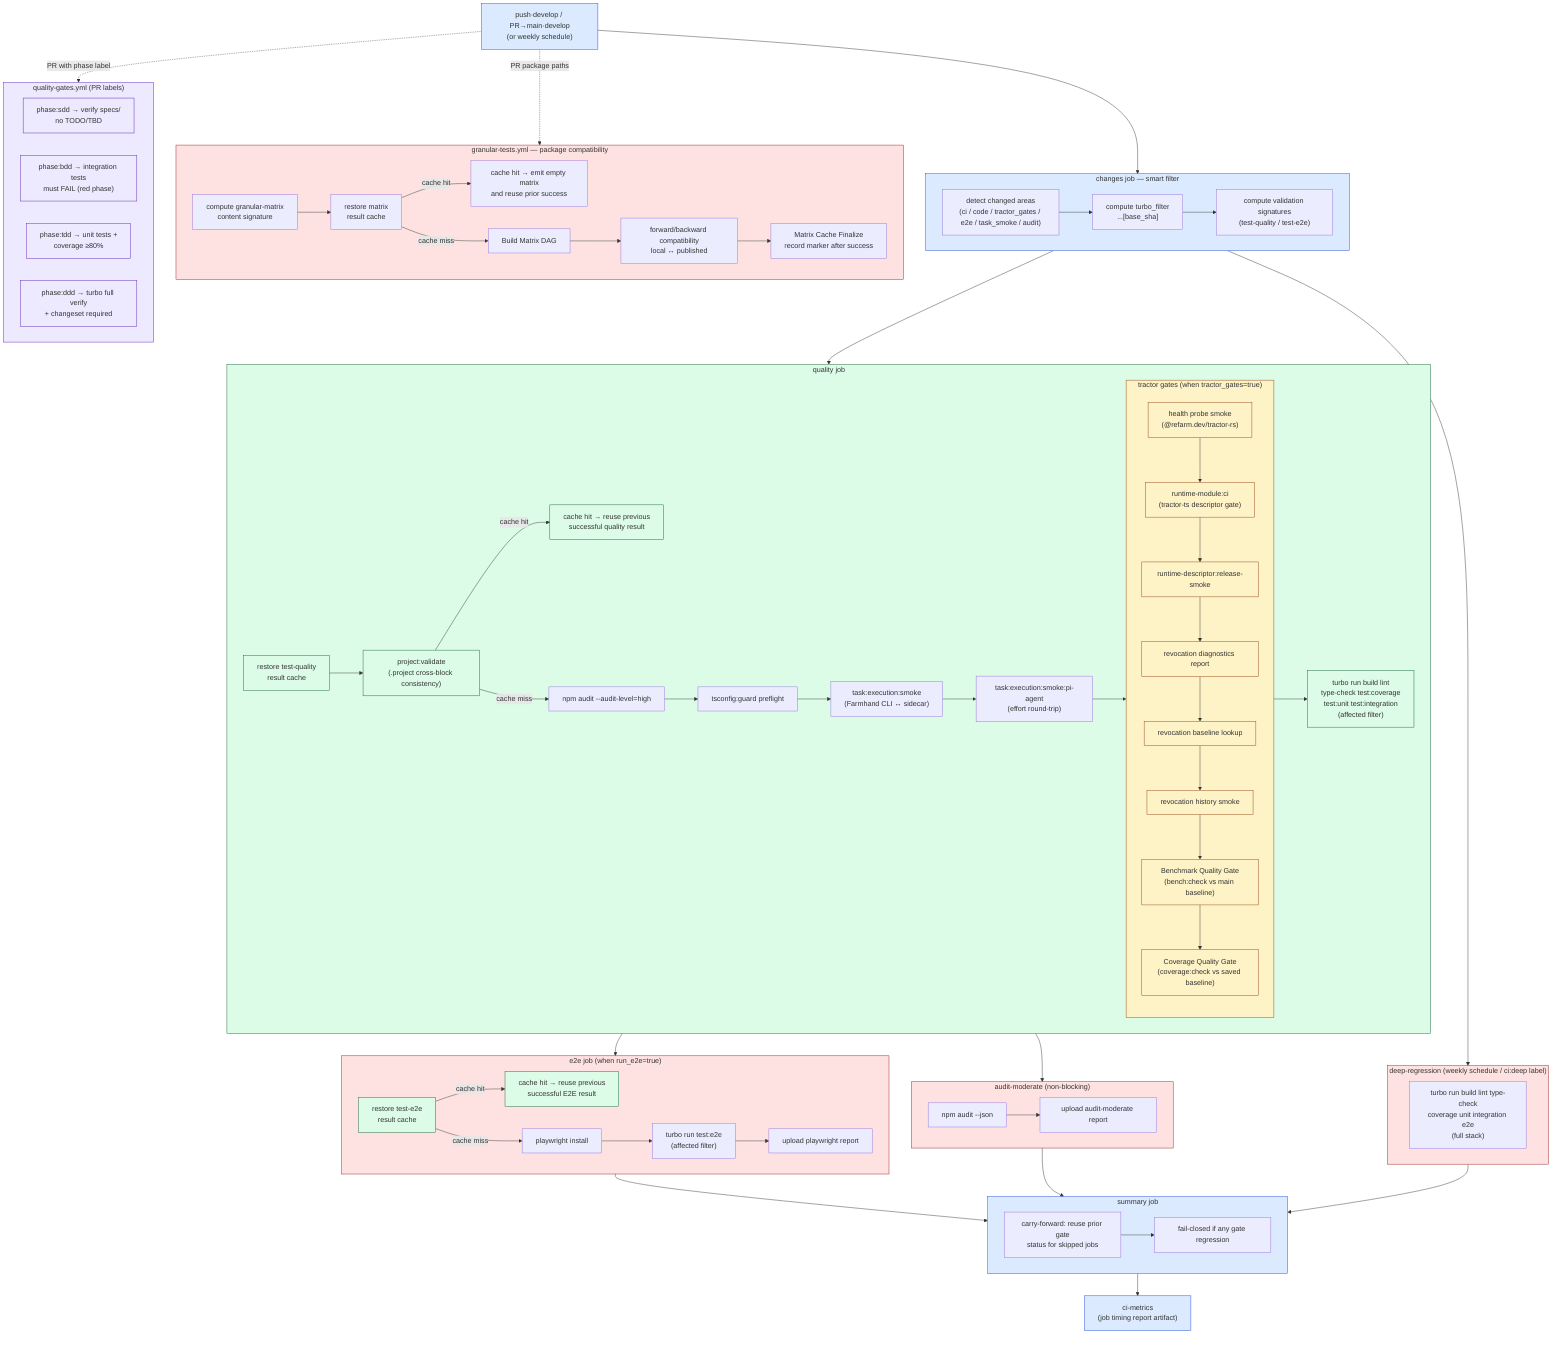
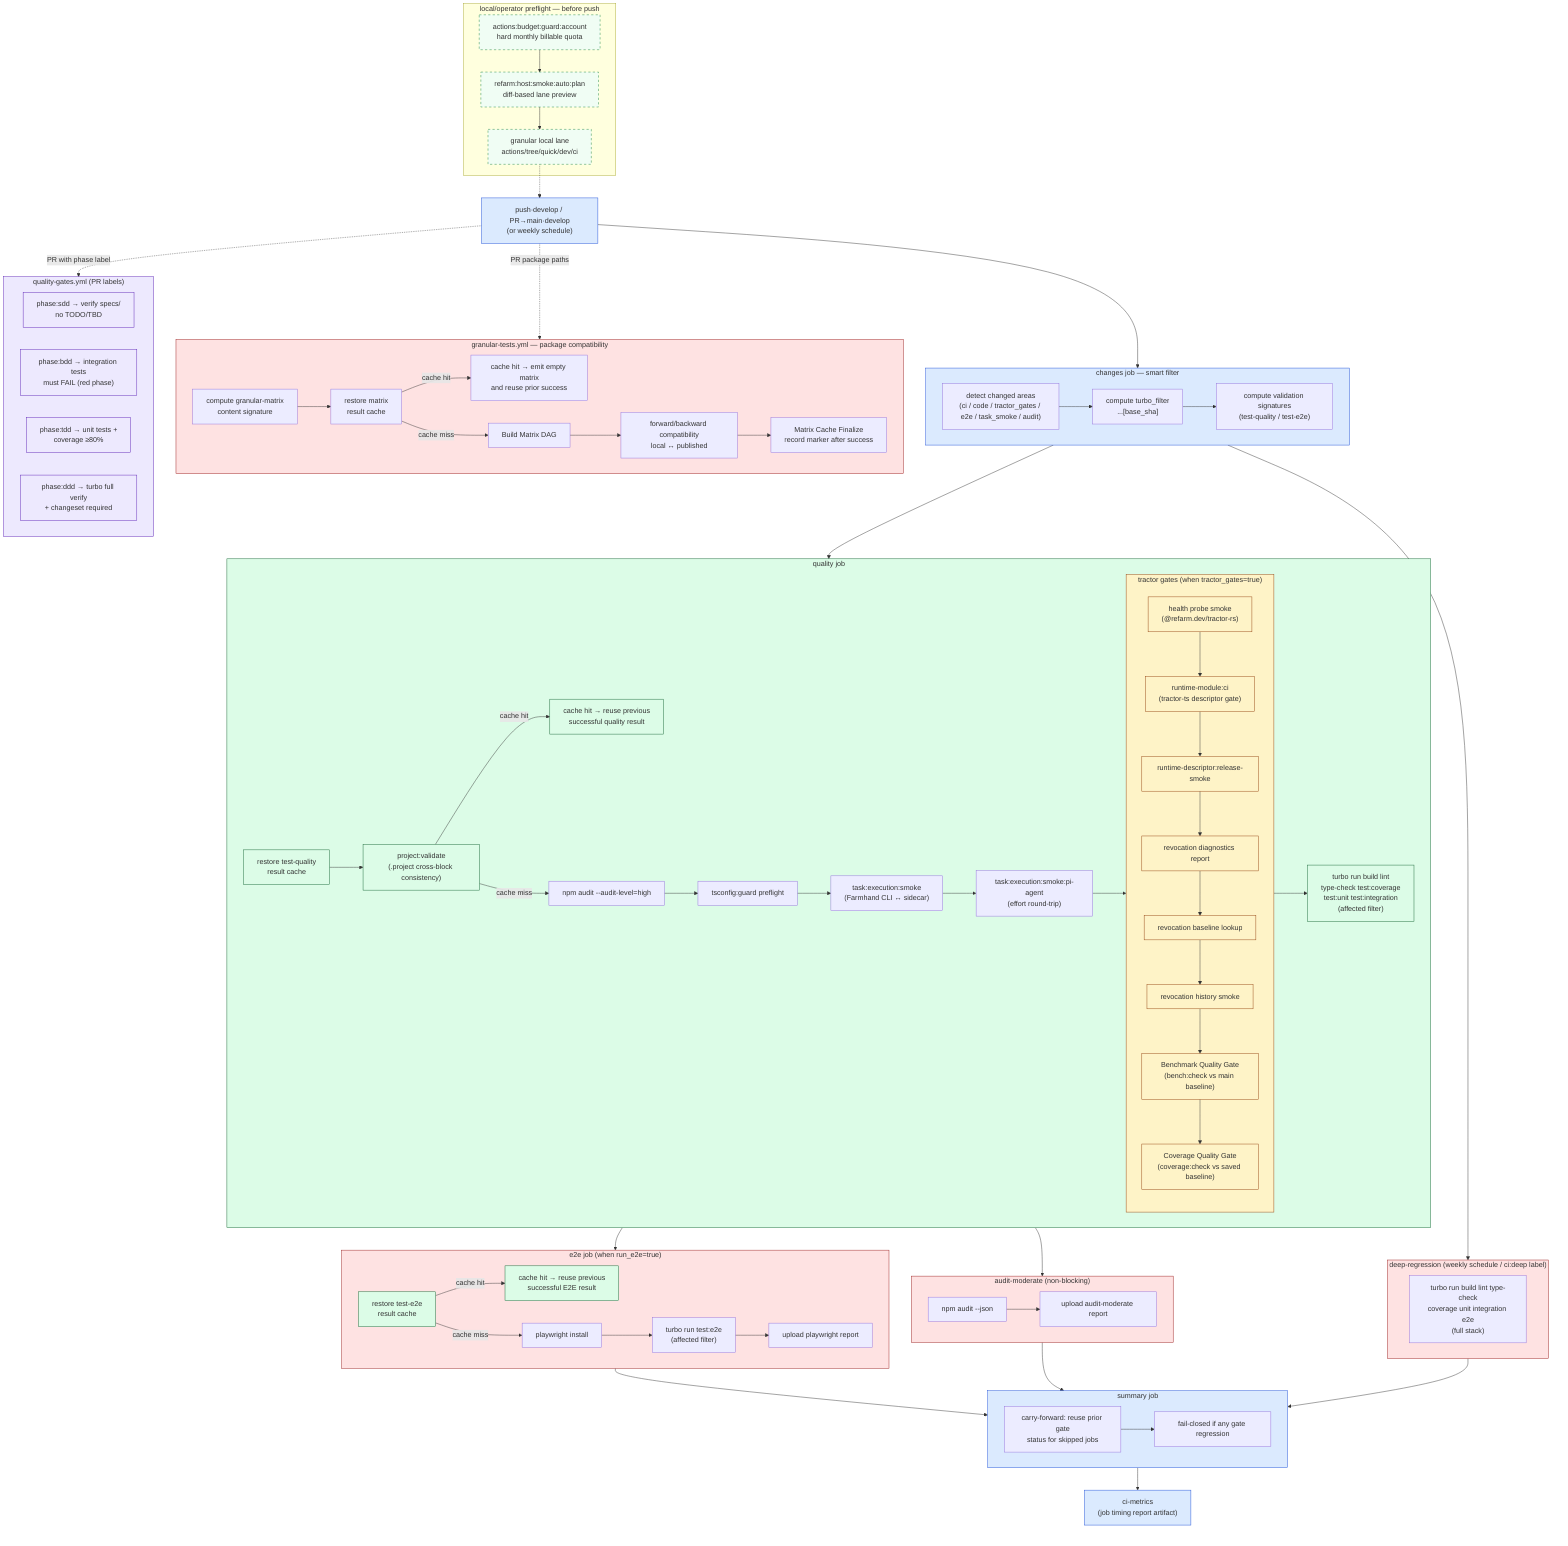
flowchart TD
+   subgraph LocalPreflight["local/operator preflight — before push"]
+     LP1["actions:budget:guard:account\nhard monthly billable quota"]
+     LP2["refarm:host:smoke:auto:plan\ndiff-based lane preview"]
+     LP3["granular local lane\nactions/tree/quick/dev/ci"]
+     LP1 --> LP2 --> LP3
+   end
+ 
  Trigger["push·develop / PR→main·develop\n(or weekly schedule)"] --> Changes
+   LP3 -.-> Trigger

  subgraph Changes["changes job — smart filter"]
    C1["detect changed areas\n(ci / code / tractor_gates / e2e / task_smoke / audit)"]
    C2["compute turbo_filter\n...[base_sha]"]
    C3["compute validation signatures\n(test-quality / test-e2e)"]
    C1 --> C2 --> C3
  end

  Changes --> Quality

  subgraph Quality["quality job"]
    QCache["restore test-quality\nresult cache"]
    Q0["project:validate\n(.project cross-block consistency)"]
    QHit["cache hit → reuse previous\nsuccessful quality result"]
    Q1["npm audit --audit-level=high"]
    Q2["tsconfig:guard preflight"]
    Q3["task:execution:smoke\n(Farmhand CLI ↔ sidecar)"]
    Q4["task:execution:smoke:pi-agent\n(effort round-trip)"]
    QCache --> Q0
    Q0 -->|cache hit| QHit
    Q0 -->|cache miss| Q1 --> Q2

    subgraph TractorGates["tractor gates  (when tractor_gates=true)"]
      TG1["health probe smoke\n(@refarm.dev/tractor-rs)"]
      TG2["runtime-module:ci\n(tractor-ts descriptor gate)"]
      TG3["runtime-descriptor:release-smoke"]
      TG4["revocation diagnostics report"]
      TG5["revocation baseline lookup"]
      TG6["revocation history smoke"]
      TG7["Benchmark Quality Gate\n(bench:check vs main baseline)"]
      TG8["Coverage Quality Gate\n(coverage:check vs saved baseline)"]
      TG1 --> TG2 --> TG3 --> TG4 --> TG5 --> TG6 --> TG7 --> TG8
    end

    Q2 --> Q3 --> Q4 --> TractorGates
    TractorGates --> QVerify["turbo run build lint\ntype-check test:coverage\ntest:unit test:integration\n(affected filter)"]
  end

  Quality --> AuditModerate
  Quality --> E2E

  subgraph E2E["e2e job  (when run_e2e=true)"]
    E0["restore test-e2e\nresult cache"]
    EHit["cache hit → reuse previous\nsuccessful E2E result"]
    E1["playwright install"]
    E2["turbo run test:e2e\n(affected filter)"]
    E3["upload playwright report"]
    E0 -->|cache hit| EHit
    E0 -->|cache miss| E1 --> E2 --> E3
  end

  subgraph AuditModerate["audit-moderate  (non-blocking)"]
    A1["npm audit --json"]
    A2["upload audit-moderate report"]
    A1 --> A2
  end

  subgraph DeepRegression["deep-regression  (weekly schedule / ci:deep label)"]
    DR["turbo run build lint type-check\ncoverage unit integration e2e\n(full stack)"]
  end

  Changes --> DeepRegression

  subgraph GranularMatrix["granular-tests.yml — package compatibility"]
    M1["compute granular-matrix\ncontent signature"]
    M2["restore matrix\nresult cache"]
    MHit["cache hit → emit empty matrix\nand reuse prior success"]
    M3["Build Matrix DAG"]
    M4["forward/backward compatibility\nlocal ↔ published"]
    M5["Matrix Cache Finalize\nrecord marker after success"]
    M1 --> M2
    M2 -->|cache hit| MHit
    M2 -->|cache miss| M3 --> M4 --> M5
  end

  Trigger -.->|"PR package paths"| GranularMatrix

  E2E --> Summary
  AuditModerate --> Summary
  DeepRegression --> Summary

  subgraph Summary["summary job"]
    S1["carry-forward: reuse prior gate\nstatus for skipped jobs"]
    S2["fail-closed if any gate regression"]
    S1 --> S2
  end

  Summary --> Metrics["ci-metrics\n(job timing report artifact)"]

  subgraph QualityGates["quality-gates.yml  (PR labels)"]
    SDD["phase:sdd → verify specs/\nno TODO/TBD"]
    BDD["phase:bdd → integration tests\nmust FAIL (red phase)"]
    TDD["phase:tdd → unit tests +\ncoverage ≥80%"]
    DDD["phase:ddd → turbo full verify\n+ changeset required"]
  end

  Trigger -.->|"PR with phase label"| QualityGates

  classDef gate fill:#dbeafe,stroke:#1d4ed8,stroke-width:1px;
  classDef quality fill:#dcfce7,stroke:#166534,stroke-width:1px;
  classDef tractor fill:#fef3c7,stroke:#92400e,stroke-width:1px;
  classDef infra fill:#fee2e2,stroke:#991b1b,stroke-width:1px;
  classDef phase fill:#ede9fe,stroke:#5b21b6,stroke-width:1px;
+   classDef local fill:#f0fdf4,stroke:#15803d,stroke-width:1px,stroke-dasharray: 5 5;

  class Trigger,Changes,Summary,Metrics gate;
+   class LP1,LP2,LP3 local;
  class Quality,QCache,Q0,QHit,QVerify,E0,EHit quality;
  class TractorGates,TG1,TG2,TG3,TG4,TG5,TG6,TG7,TG8 tractor;
  class E2E,AuditModerate,DeepRegression,GranularMatrix infra;
  class QualityGates,SDD,BDD,TDD,DDD phase;
